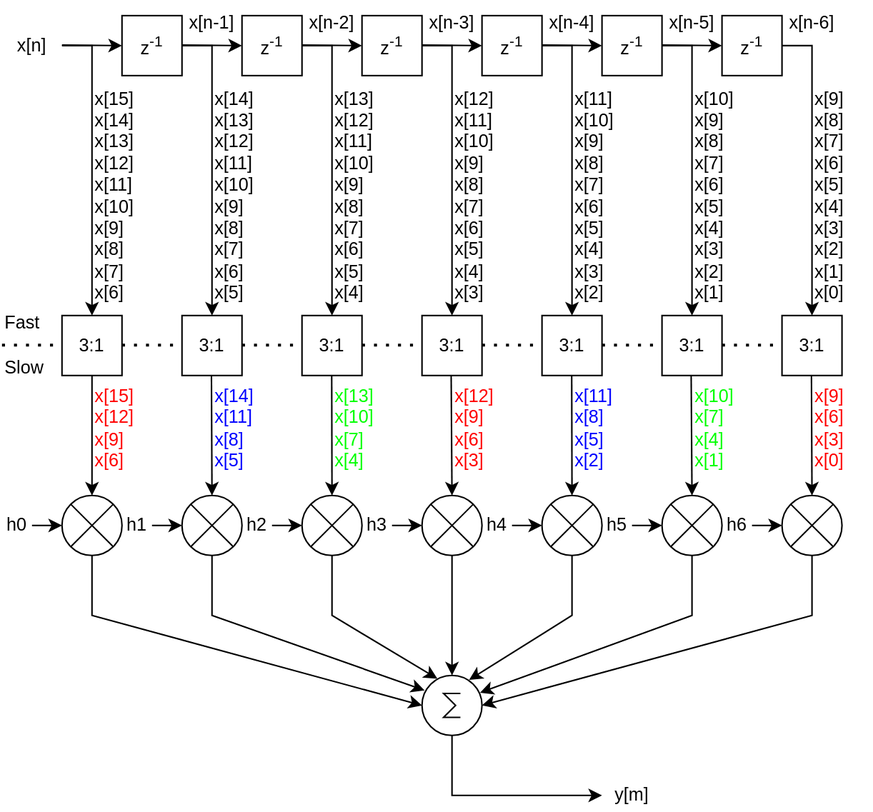
This is assets/polyphase/polyphase-delay_input_multiply_in_slow_domain_annotated.drawio.svg from tomverbeure/tomverbeure.github.io, a draw.io export, as it was before one commit. Source tidied: cells renumbered, new cells last; positions are measured from the earlier drawing's top-left corner, leaving out a move shared by most shapes.
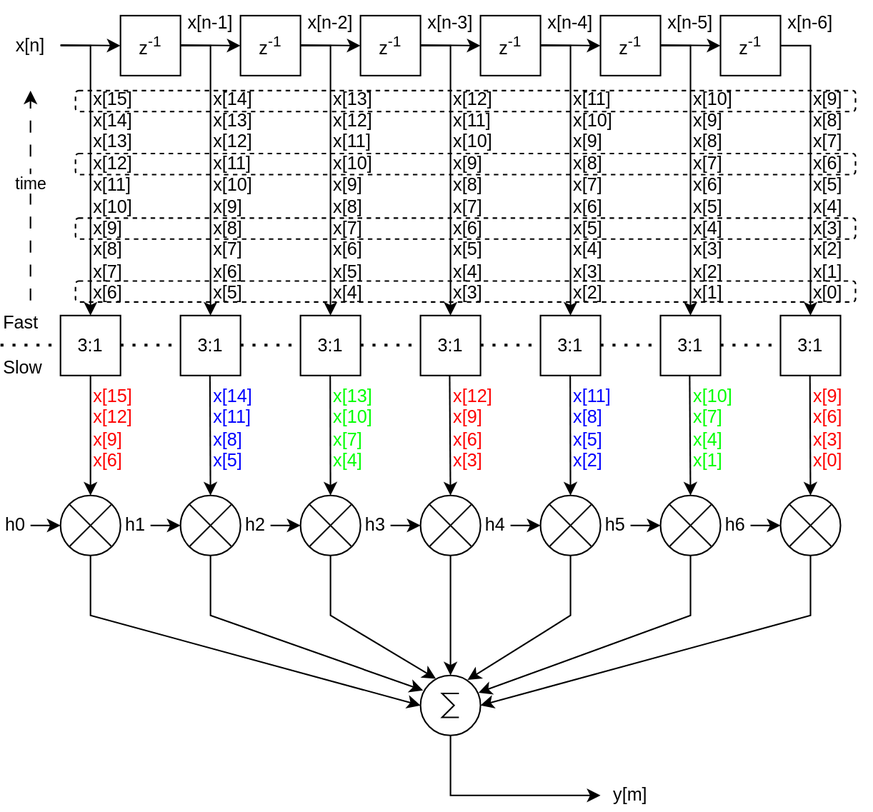
Above is the later version.

Commit message:
Polyphase decompositiond equation.

Diff of the diagram source:
```diff
@@ -384,5 +384,26 @@
     <mxCell id="89" value="&lt;font color=&quot;#ff0000&quot;&gt;x[15]&lt;br&gt;x[12]&lt;br&gt;x[9]&lt;br&gt;x[6]&lt;/font&gt;" style="text;html=1;strokeColor=none;fillColor=none;align=left;verticalAlign=middle;whiteSpace=wrap;rounded=0;" parent="1" vertex="1">
       <mxGeometry x="60" y="250" width="40" height="70" as="geometry" />
     </mxCell>
+    <mxCell id="90" style="rounded=1;whiteSpace=wrap;html=1;fillColor=none;dashed=1;" parent="1" vertex="1">
+      <mxGeometry x="50" y="60" width="520" height="14" as="geometry" />
+    </mxCell>
+    <mxCell id="91" style="rounded=1;whiteSpace=wrap;html=1;fillColor=none;dashed=1;" parent="1" vertex="1">
+      <mxGeometry x="50" y="102" width="520" height="14" as="geometry" />
+    </mxCell>
+    <mxCell id="92" style="rounded=1;whiteSpace=wrap;html=1;fillColor=none;dashed=1;" parent="1" vertex="1">
+      <mxGeometry x="50" y="145" width="520" height="14" as="geometry" />
+    </mxCell>
+    <mxCell id="93" style="rounded=1;whiteSpace=wrap;html=1;fillColor=none;dashed=1;" parent="1" vertex="1">
+      <mxGeometry x="50" y="187" width="520" height="14" as="geometry" />
+    </mxCell>
+    <mxCell id="94" style="endArrow=classic;html=1;rounded=0;dashed=1;dashPattern=8 8;" parent="1" edge="1">
+      <mxGeometry relative="1" as="geometry">
+        <mxPoint x="20" y="200" as="sourcePoint" />
+        <mxPoint x="20" y="60" as="targetPoint" />
+      </mxGeometry>
+    </mxCell>
+    <mxCell id="95" value="time" style="edgeLabel;html=1;align=center;verticalAlign=middle;" parent="94" vertex="1">
+      <mxGeometry x="0.12" relative="1" as="geometry" />
+    </mxCell>
   </root>
 </mxGraphModel>
```
